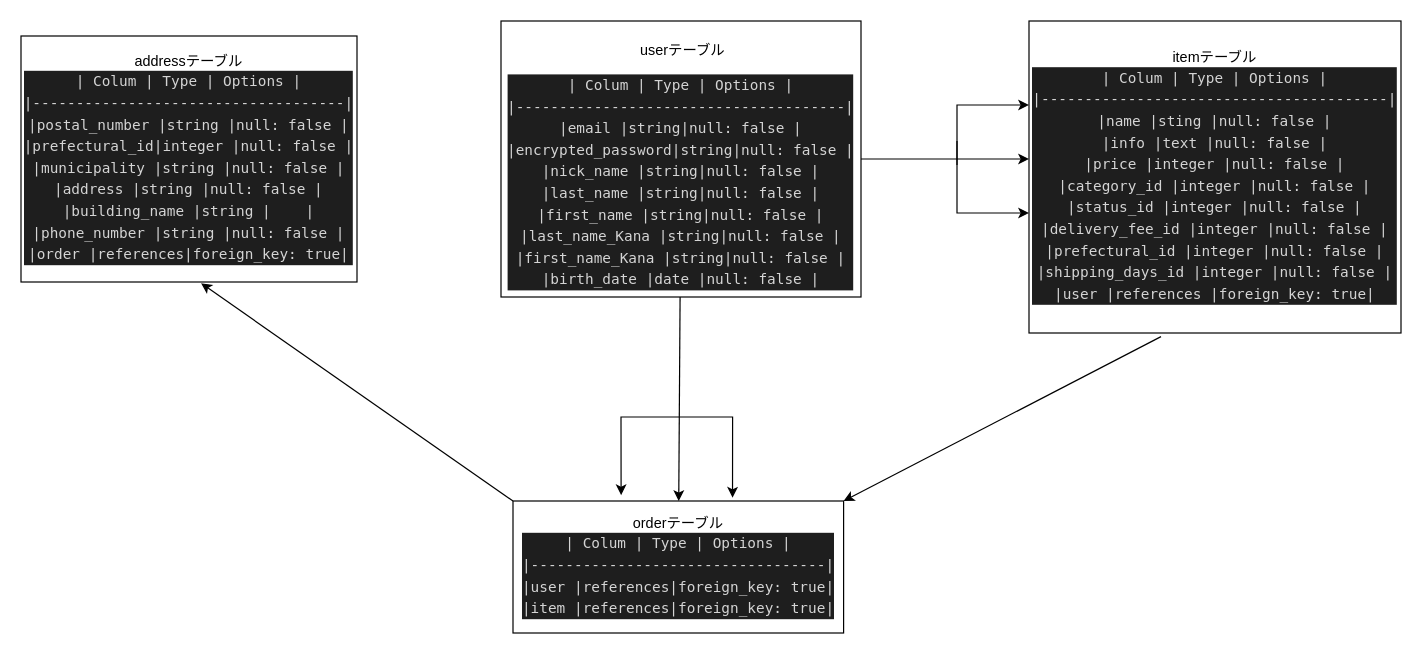
This is furima.dio from kenshiro0107/furima-31158, a draw.io file, before an edit. Source tidied: cells renumbered, new cells numbered last; positions are measured from the earlier drawing's top-left corner, leaving out a move shared by most shapes. Both pictures are drawn from the tidied source at 120%, with x=0, y=0 at pixel (20, 20).
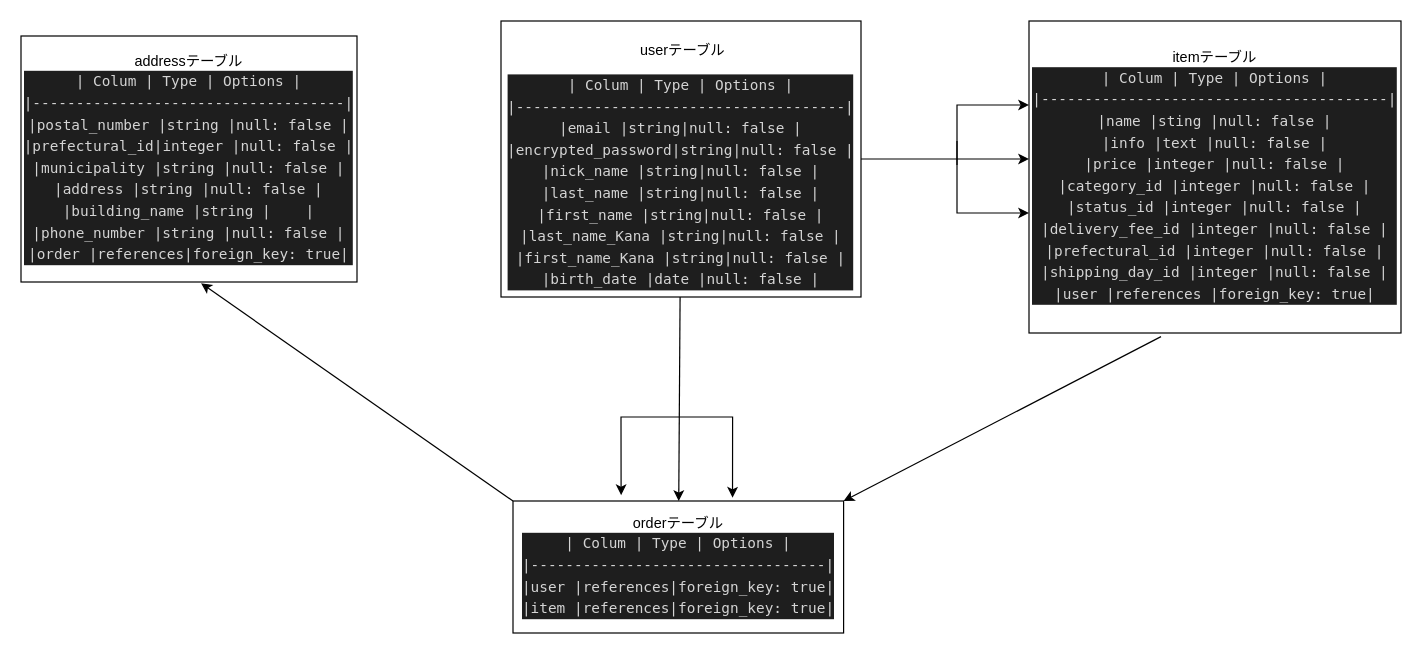
The same page after the edit.

What changed in the source:
```diff
@@
-    <mxCell id="7" value="itemテーブル&lt;br&gt;&lt;div style=&quot;color: rgb(212 , 212 , 212) ; background-color: rgb(30 , 30 , 30) ; font-family: &amp;#34;menlo&amp;#34; , &amp;#34;monaco&amp;#34; , &amp;#34;courier new&amp;#34; , monospace ; line-height: 18px&quot;&gt;&lt;div style=&quot;font-family: &amp;#34;menlo&amp;#34; , &amp;#34;monaco&amp;#34; , &amp;#34;courier new&amp;#34; , monospace ; line-height: 18px&quot;&gt;&lt;div style=&quot;font-family: &amp;#34;menlo&amp;#34; , &amp;#34;monaco&amp;#34; , &amp;#34;courier new&amp;#34; , monospace ; line-height: 18px&quot;&gt;&lt;div style=&quot;font-family: &amp;#34;menlo&amp;#34; , &amp;#34;monaco&amp;#34; , &amp;#34;courier new&amp;#34; , monospace ; line-height: 18px&quot;&gt;&lt;div style=&quot;font-family: &amp;#34;menlo&amp;#34; , &amp;#34;monaco&amp;#34; , &amp;#34;courier new&amp;#34; , monospace ; line-height: 18px&quot;&gt;&lt;div style=&quot;font-family: &amp;#34;menlo&amp;#34; , &amp;#34;monaco&amp;#34; , &amp;#34;courier new&amp;#34; , monospace ; line-height: 18px&quot;&gt;&lt;div&gt;| Colum            | Type        | Options         |&lt;/div&gt;&lt;div&gt;|----------------------------------------|&lt;/div&gt;&lt;div&gt;|name              |sting        |null: false      |&lt;/div&gt;&lt;div&gt;|info              |text         |null: false      |&lt;/div&gt;&lt;div&gt;|price             |integer      |null: false      |&lt;/div&gt;&lt;div&gt;|category_id       |integer      |null: false      |&lt;/div&gt;&lt;div&gt;|status_id         |integer      |null: false      |&lt;/div&gt;&lt;div&gt;|delivery_fee_id   |integer      |null: false      |&lt;/div&gt;&lt;div&gt;|prefectural_id    |integer      |null: false      |&lt;/div&gt;&lt;div&gt;|shipping_days_id  |integer      |null: false      |&lt;/div&gt;&lt;div&gt;|user              |references   |foreign_key: true|&lt;/div&gt;&lt;/div&gt;&lt;/div&gt;&lt;/div&gt;&lt;/div&gt;&lt;/div&gt;&lt;/div&gt;" style="whiteSpace=wrap;html=1;" parent="1" vertex="1">
+    <mxCell id="7" value="itemテーブル&lt;br&gt;&lt;div style=&quot;color: rgb(212 , 212 , 212) ; background-color: rgb(30 , 30 , 30) ; font-family: &amp;#34;menlo&amp;#34; , &amp;#34;monaco&amp;#34; , &amp;#34;courier new&amp;#34; , monospace ; line-height: 18px&quot;&gt;&lt;div style=&quot;font-family: &amp;#34;menlo&amp;#34; , &amp;#34;monaco&amp;#34; , &amp;#34;courier new&amp;#34; , monospace ; line-height: 18px&quot;&gt;&lt;div style=&quot;font-family: &amp;#34;menlo&amp;#34; , &amp;#34;monaco&amp;#34; , &amp;#34;courier new&amp;#34; , monospace ; line-height: 18px&quot;&gt;&lt;div style=&quot;font-family: &amp;#34;menlo&amp;#34; , &amp;#34;monaco&amp;#34; , &amp;#34;courier new&amp;#34; , monospace ; line-height: 18px&quot;&gt;&lt;div style=&quot;font-family: &amp;#34;menlo&amp;#34; , &amp;#34;monaco&amp;#34; , &amp;#34;courier new&amp;#34; , monospace ; line-height: 18px&quot;&gt;&lt;div style=&quot;font-family: &amp;#34;menlo&amp;#34; , &amp;#34;monaco&amp;#34; , &amp;#34;courier new&amp;#34; , monospace ; line-height: 18px&quot;&gt;&lt;div&gt;| Colum            | Type        | Options         |&lt;/div&gt;&lt;div&gt;|----------------------------------------|&lt;/div&gt;&lt;div&gt;|name              |sting        |null: false      |&lt;/div&gt;&lt;div&gt;|info              |text         |null: false      |&lt;/div&gt;&lt;div&gt;|price             |integer      |null: false      |&lt;/div&gt;&lt;div&gt;|category_id       |integer      |null: false      |&lt;/div&gt;&lt;div&gt;|status_id         |integer      |null: false      |&lt;/div&gt;&lt;div&gt;|delivery_fee_id   |integer      |null: false      |&lt;/div&gt;&lt;div&gt;|prefectural_id    |integer      |null: false      |&lt;/div&gt;&lt;div&gt;|shipping_day_id  |integer      |null: false      |&lt;/div&gt;&lt;div&gt;|user              |references   |foreign_key: true|&lt;/div&gt;&lt;/div&gt;&lt;/div&gt;&lt;/div&gt;&lt;/div&gt;&lt;/div&gt;&lt;/div&gt;" style="whiteSpace=wrap;html=1;" parent="1" vertex="1">
       <mxGeometry x="840" width="310" height="260" as="geometry" />
     </mxCell>
```
